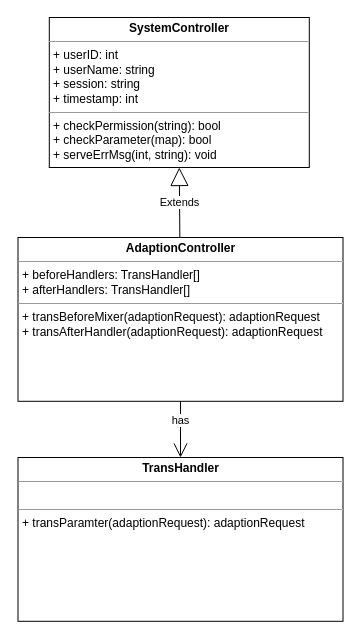
This is 5-12.drawio from Hope-of-countryside/learnGit, a draw.io file, before an edit. Source tidied: cells renumbered, new cells numbered last; positions are measured from the earlier drawing's top-left corner, leaving out a move shared by most shapes. Both pictures are drawn from the tidied source at 100%, with x=0, y=0 at pixel (17, 17).
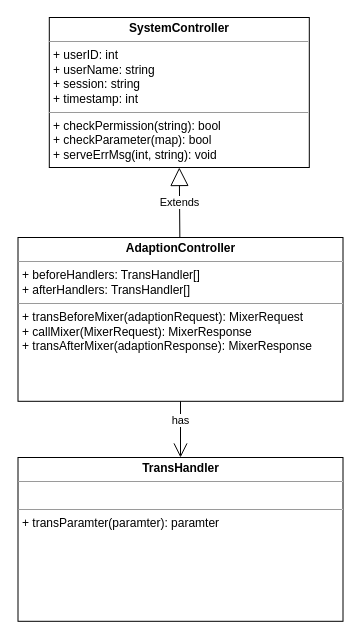
The same diagram, later.

Change to the diagram source:
```diff
@@
 <mxGraphModel>
   <root>
     <mxCell id="0" />
     <mxCell id="1" parent="0" />
-    <mxCell id="2" value="&lt;p style=&quot;margin: 0px ; margin-top: 4px ; text-align: center&quot;&gt;&lt;b&gt;AdaptionController&lt;/b&gt;&lt;/p&gt;&lt;hr size=&quot;1&quot;&gt;&lt;p style=&quot;margin: 0px ; margin-left: 4px&quot;&gt;+ beforeHandlers: TransHandler[]&lt;/p&gt;&lt;p style=&quot;margin: 0px ; margin-left: 4px&quot;&gt;+ afterHandlers:&amp;nbsp;TransHandler[]&lt;/p&gt;&lt;hr size=&quot;1&quot;&gt;&lt;p style=&quot;margin: 0px 0px 0px 4px&quot;&gt;+ transBeforeMixer(adaptionRequest):&amp;nbsp;adaptionRequest&lt;/p&gt;&lt;p style=&quot;margin: 0px 0px 0px 4px&quot;&gt;+ transAfterHandler(adaptionRequest):&amp;nbsp;adaptionRequest&lt;/p&gt;" style="verticalAlign=top;align=left;overflow=fill;fontSize=12;fontFamily=Helvetica;html=1;" parent="1" vertex="1">
+    <mxCell id="2" value="&lt;p style=&quot;margin: 0px ; margin-top: 4px ; text-align: center&quot;&gt;&lt;b&gt;AdaptionController&lt;/b&gt;&lt;/p&gt;&lt;hr size=&quot;1&quot;&gt;&lt;p style=&quot;margin: 0px ; margin-left: 4px&quot;&gt;+ beforeHandlers: TransHandler[]&lt;/p&gt;&lt;p style=&quot;margin: 0px ; margin-left: 4px&quot;&gt;+ afterHandlers:&amp;nbsp;TransHandler[]&lt;/p&gt;&lt;hr size=&quot;1&quot;&gt;&lt;p style=&quot;margin: 0px 0px 0px 4px&quot;&gt;+ transBeforeMixer(adaptionRequest):&amp;nbsp;MixerRequest&lt;/p&gt;&lt;p style=&quot;margin: 0px 0px 0px 4px&quot;&gt;+ callMixer(MixerRequest): MixerResponse&lt;/p&gt;&lt;p style=&quot;margin: 0px 0px 0px 4px&quot;&gt;+ transAfterMixer(adaptionResponse): MixerResponse&lt;/p&gt;" style="verticalAlign=top;align=left;overflow=fill;fontSize=12;fontFamily=Helvetica;html=1;" parent="1" vertex="1">
       <mxGeometry x="0.5" y="220" width="325" height="163.8" as="geometry" />
     </mxCell>
     <mxCell id="3" value="&lt;p style=&quot;margin: 0px ; margin-top: 4px ; text-align: center&quot;&gt;&lt;b&gt;SystemController&lt;/b&gt;&lt;/p&gt;&lt;hr size=&quot;1&quot;&gt;&lt;p style=&quot;margin: 0px ; margin-left: 4px&quot;&gt;+ userID: int&lt;/p&gt;&lt;p style=&quot;margin: 0px ; margin-left: 4px&quot;&gt;+ userName: string&lt;/p&gt;&lt;p style=&quot;margin: 0px ; margin-left: 4px&quot;&gt;+ session: string&lt;/p&gt;&lt;p style=&quot;margin: 0px ; margin-left: 4px&quot;&gt;+ timestamp: int&lt;br&gt;&lt;/p&gt;&lt;hr size=&quot;1&quot;&gt;&lt;p style=&quot;margin: 0px ; margin-left: 4px&quot;&gt;+ checkPermission(string): bool&lt;/p&gt;&lt;p style=&quot;margin: 0px ; margin-left: 4px&quot;&gt;+ checkParameter(map): bool&lt;/p&gt;&lt;p style=&quot;margin: 0px ; margin-left: 4px&quot;&gt;+ serveErrMsg(int, string): void&lt;/p&gt;" style="verticalAlign=top;align=left;overflow=fill;fontSize=12;fontFamily=Helvetica;html=1;" parent="1" vertex="1">
       <mxGeometry x="31.8" width="260" height="150" as="geometry" />
     </mxCell>
     <mxCell id="4" value="Extends" style="endArrow=block;endSize=16;endFill=0;html=1;entryX=0.5;entryY=1;entryDx=0;entryDy=0;" parent="1" edge="1" source="2" target="3">
       <mxGeometry relative="1" as="geometry" />
     </mxCell>
-    <mxCell id="5" value="&lt;p style=&quot;margin: 0px ; margin-top: 4px ; text-align: center&quot;&gt;&lt;b&gt;TransHandler&lt;/b&gt;&lt;/p&gt;&lt;hr size=&quot;1&quot;&gt;&lt;p style=&quot;margin: 0px ; margin-left: 4px&quot;&gt;&lt;br&gt;&lt;/p&gt;&lt;hr size=&quot;1&quot;&gt;&lt;p style=&quot;margin: 0px 0px 0px 4px&quot;&gt;+ transParamter(adaptionRequest):&amp;nbsp;adaptionRequest&lt;/p&gt;" style="verticalAlign=top;align=left;overflow=fill;fontSize=12;fontFamily=Helvetica;html=1;" parent="1" vertex="1">
+    <mxCell id="5" value="&lt;p style=&quot;margin: 0px ; margin-top: 4px ; text-align: center&quot;&gt;&lt;b&gt;TransHandler&lt;/b&gt;&lt;/p&gt;&lt;hr size=&quot;1&quot;&gt;&lt;p style=&quot;margin: 0px ; margin-left: 4px&quot;&gt;&lt;br&gt;&lt;/p&gt;&lt;hr size=&quot;1&quot;&gt;&lt;p style=&quot;margin: 0px 0px 0px 4px&quot;&gt;+ transParamter(paramter): paramter&lt;/p&gt;" style="verticalAlign=top;align=left;overflow=fill;fontSize=12;fontFamily=Helvetica;html=1;" parent="1" vertex="1">
       <mxGeometry x="0.5" y="440" width="325" height="163.8" as="geometry" />
     </mxCell>
     <mxCell id="6" style="endArrow=open;endFill=1;endSize=12;html=1;exitX=0.5;exitY=1;exitDx=0;exitDy=0;entryX=0.5;entryY=0;entryDx=0;entryDy=0;" parent="1" edge="1" source="2" target="5">
       <mxGeometry relative="1" as="geometry" />
     </mxCell>
     <mxCell id="7" value="has" style="edgeLabel;html=1;align=center;verticalAlign=middle;" parent="6" vertex="1">
       <mxGeometry x="-0.31" relative="1" as="geometry">
         <mxPoint x="-1" as="offset" />
       </mxGeometry>
     </mxCell>
   </root>
 </mxGraphModel>
```
